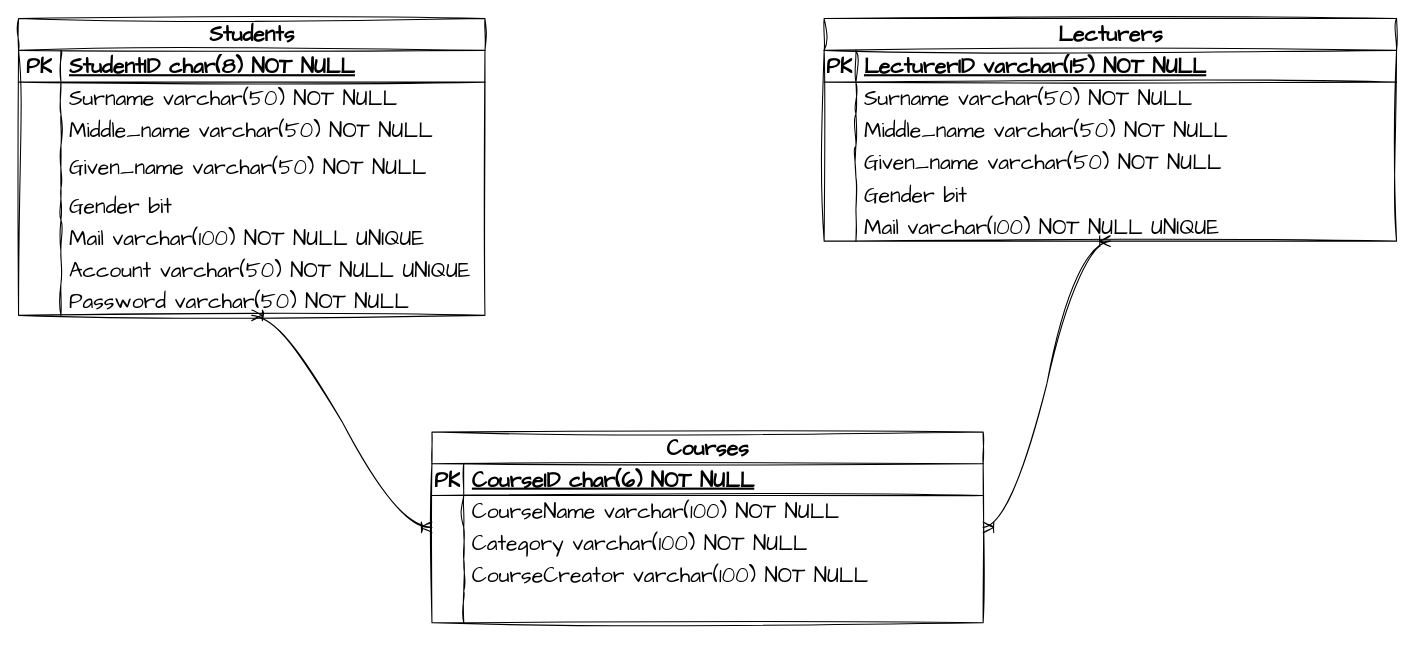
Adota2107/CMS_ERD_Diagram keeps this draw.io diagram as Untitled Diagram.drawio. Above is the earlier version. Source tidied: cells renumbered, new cells numbered last; positions are measured from the earlier drawing's top-left corner, leaving out a move shared by most shapes. Both pictures are drawn from the tidied source at 106%, with x=0, y=0 at pixel (18, 18).
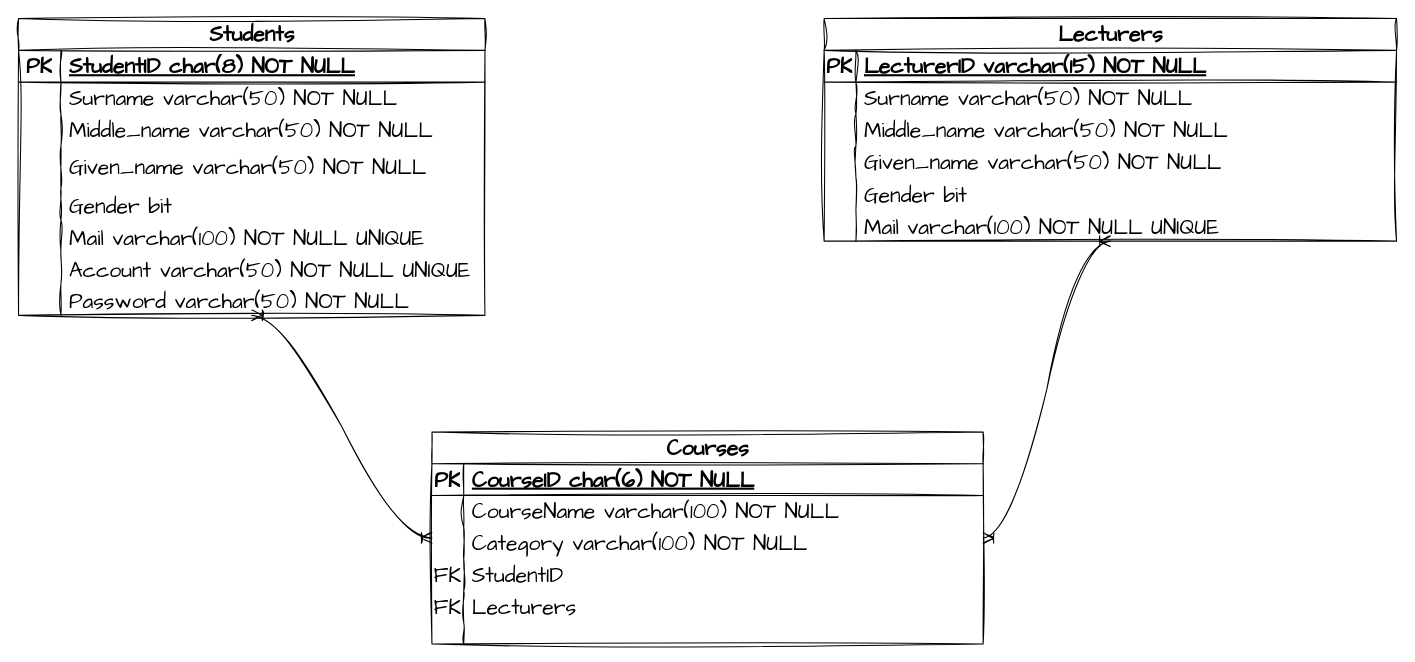
After the change.

Commit message:
Delete CourseCreator and update FK at Courses Tables

The edit, as a diff of the source:
```diff
@@
     <mxCell id="46" value="Courses" style="shape=table;startSize=30;childLayout=tableLayout;rowLines=0;fontStyle=1;align=center;html=1;sketch=1;hachureGap=4;jiggle=2;curveFitting=1;fontFamily=Architects Daughter;fontSize=20;" parent="1" vertex="1">
-      <mxGeometry x="390" y="390" width="520" height="180" as="geometry" />
+      <mxGeometry x="390" y="390" width="520" height="200" as="geometry" />
     </mxCell>
@@
-    <mxCell id="56" style="shape=tableRow;horizontal=0;startSize=0;swimlaneHead=0;swimlaneBody=0;fillColor=none;top=0;left=0;right=0;bottom=0;sketch=1;hachureGap=4;jiggle=2;curveFitting=1;fontFamily=Architects Daughter;fontSize=20;" parent="46" vertex="1">
-      <mxGeometry y="120" width="520" height="30" as="geometry" />
-    </mxCell>
-    <mxCell id="57" style="shape=partialRectangle;fillColor=none;top=0;left=0;bottom=0;right=0;overflow=hidden;whiteSpace=wrap;html=1;sketch=1;hachureGap=4;jiggle=2;curveFitting=1;fontFamily=Architects Daughter;fontSize=20;" parent="56" vertex="1">
-      <mxGeometry width="30" height="30" as="geometry" />
-    </mxCell>
-    <mxCell id="58" value="&lt;div&gt;CourseCreator varchar(100) NOT NULL&lt;/div&gt;" style="shape=partialRectangle;fillColor=none;top=0;left=0;bottom=0;right=0;align=left;spacingLeft=6;overflow=hidden;whiteSpace=wrap;html=1;sketch=1;hachureGap=4;jiggle=2;curveFitting=1;fontFamily=Architects Daughter;fontSize=20;" parent="56" vertex="1">
-      <mxGeometry x="30" width="490" height="30" as="geometry" />
-    </mxCell>
+    <mxCell id="64" style="shape=tableRow;horizontal=0;startSize=0;swimlaneHead=0;swimlaneBody=0;fillColor=none;top=0;left=0;right=0;bottom=0;" parent="46" vertex="1">
+      <mxGeometry y="120" width="520" height="30" as="geometry" />
+    </mxCell>
+    <mxCell id="65" value="&lt;font face=&quot;Architects Daughter&quot; style=&quot;font-size: 20px;&quot;&gt;FK&lt;/font&gt;" style="shape=partialRectangle;fillColor=none;top=0;left=0;bottom=0;right=0;fontStyle=0;overflow=hidden;whiteSpace=wrap;html=1;" parent="64" vertex="1">
+      <mxGeometry width="30" height="30" as="geometry" />
+    </mxCell>
+    <mxCell id="66" value="&lt;font face=&quot;Architects Daughter&quot; style=&quot;font-size: 20px;&quot;&gt;StudentID&lt;/font&gt;" style="shape=partialRectangle;fillColor=none;top=0;left=0;bottom=0;right=0;align=left;spacingLeft=6;fontStyle=0;overflow=hidden;whiteSpace=wrap;html=1;" parent="64" vertex="1">
+      <mxGeometry x="30" width="490" height="30" as="geometry" />
+    </mxCell>
+    <mxCell id="67" style="shape=tableRow;horizontal=0;startSize=0;swimlaneHead=0;swimlaneBody=0;fillColor=none;top=0;left=0;right=0;bottom=0;" parent="46" vertex="1">
+      <mxGeometry y="150" width="520" height="30" as="geometry" />
+    </mxCell>
+    <mxCell id="68" value="&lt;font face=&quot;Architects Daughter&quot; style=&quot;font-size: 20px;&quot;&gt;FK&lt;/font&gt;" style="shape=partialRectangle;fillColor=none;top=0;left=0;bottom=0;right=0;fontStyle=0;overflow=hidden;whiteSpace=wrap;html=1;" parent="67" vertex="1">
+      <mxGeometry width="30" height="30" as="geometry" />
+    </mxCell>
+    <mxCell id="69" value="&lt;font face=&quot;Architects Daughter&quot; style=&quot;font-size: 20px;&quot;&gt;Lecturers&lt;/font&gt;" style="shape=partialRectangle;fillColor=none;top=0;left=0;bottom=0;right=0;align=left;spacingLeft=6;fontStyle=0;overflow=hidden;whiteSpace=wrap;html=1;" parent="67" vertex="1">
+      <mxGeometry x="30" width="490" height="30" as="geometry" />
+    </mxCell>
     <mxCell id="59" style="shape=tableRow;horizontal=0;startSize=0;swimlaneHead=0;swimlaneBody=0;fillColor=none;top=0;left=0;right=0;bottom=0;sketch=1;hachureGap=4;jiggle=2;curveFitting=1;fontFamily=Architects Daughter;fontSize=20;" parent="46" vertex="1">
-      <mxGeometry y="150" width="520" height="30" as="geometry" />
+      <mxGeometry y="180" width="520" height="20" as="geometry" />
     </mxCell>
     <mxCell id="60" style="shape=partialRectangle;fillColor=none;top=0;left=0;bottom=0;right=0;overflow=hidden;sketch=1;hachureGap=4;jiggle=2;curveFitting=1;fontFamily=Architects Daughter;fontSize=20;" parent="59" vertex="1">
-      <mxGeometry width="30" height="30" as="geometry" />
+      <mxGeometry width="30" height="20" as="geometry" />
     </mxCell>
     <mxCell id="61" style="shape=partialRectangle;fillColor=none;top=0;left=0;bottom=0;right=0;align=left;spacingLeft=6;overflow=hidden;sketch=1;hachureGap=4;jiggle=2;curveFitting=1;fontFamily=Architects Daughter;fontSize=20;" parent="59" vertex="1">
-      <mxGeometry x="30" width="490" height="30" as="geometry" />
+      <mxGeometry x="30" width="490" height="20" as="geometry" />
     </mxCell>
```
